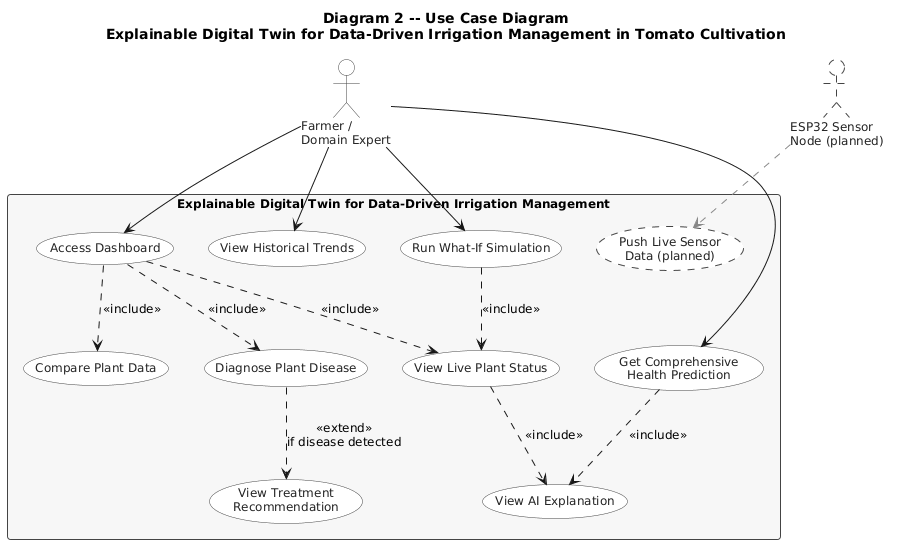
Above: docs/uml/02_use_case.png in karthikG0017/An-Explainable-Digital-Twin-for-Data-Driven-Irrigation-Management-in-Tomato-Plant-Cultivation (PlantUML), before the change.
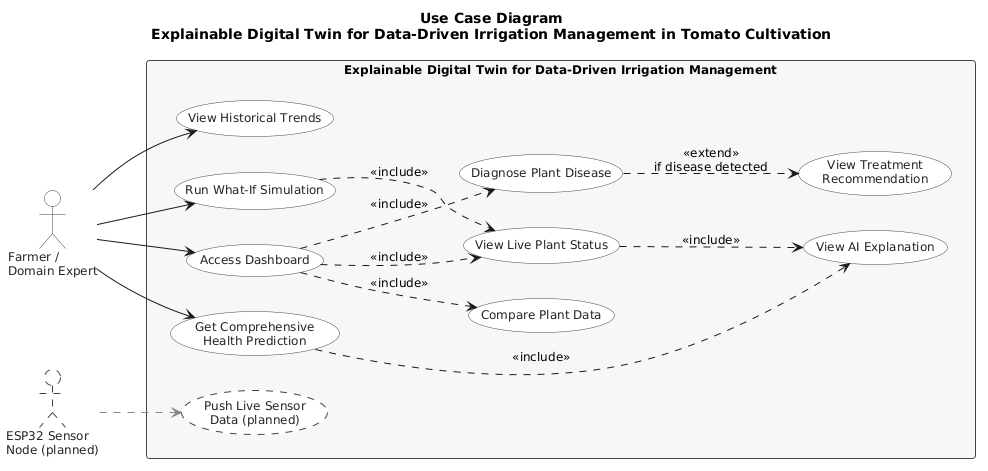
The same file after the commit.

The edit, as a diff of the source:
```diff
@@ -23,51 +23,48 @@
   FontStyle bold
 }
 
-skinparam note {
-  BackgroundColor #FFFFEE
-  BorderColor #AAAAAA
-  FontSize 10
-}
+title <b>Use Case Diagram</b>\nExplainable Digital Twin for Data-Driven Irrigation Management in Tomato Cultivation
 
-title <b>Diagram 2 -- Use Case Diagram</b>\nExplainable Digital Twin for Data-Driven Irrigation Management in Tomato Cultivation
+left to right direction
 
 actor "Farmer /\nDomain Expert" as FARMER
 actor "ESP32 Sensor\nNode (planned)" as ESP32 #white;line.dashed
 
 rectangle "Explainable Digital Twin for Data-Driven Irrigation Management" as SYS {
 
-  usecase "Access Dashboard" as DASHBOARD
+  together {
+    usecase "Get Comprehensive\nHealth Prediction" as UC_FULL
+    usecase "Access Dashboard" as DASHBOARD
+    usecase "Run What-If Simulation" as UC_WHATIF
+    usecase "View Historical Trends" as UC_HISTORY
+    usecase "Push Live Sensor\nData (planned)" as UC_PUSH #white;line.dashed
+  }
 
-  usecase "View Live Plant Status" as UC_VIEW
-  usecase "Compare Plant Data" as UC_COMPARE
-  usecase "Diagnose Plant Disease" as UC_DIAGNOSE
+  together {
+    usecase "View Live Plant Status" as UC_VIEW
+    usecase "Compare Plant Data" as UC_COMPARE
+    usecase "Diagnose Plant Disease" as UC_DIAGNOSE
+  }
 
-  usecase "View Historical Trends" as UC_HISTORY
-  usecase "Run What-If Simulation" as UC_WHATIF
-  usecase "Get Comprehensive\nHealth Prediction" as UC_FULL
+  together {
+    usecase "View AI Explanation" as UC_EXPLAIN
+    usecase "View Treatment\nRecommendation" as UC_TREAT
+  }
 
-  usecase "View AI Explanation" as UC_EXPLAIN
+  DASHBOARD ..> UC_VIEW : <<include>>
+  DASHBOARD ..> UC_COMPARE : <<include>>
+  DASHBOARD ..> UC_DIAGNOSE : <<include>>
 
-  usecase "View Treatment\nRecommendation" as UC_TREAT
-
-  usecase "Push Live Sensor\nData (planned)" as UC_PUSH #white;line.dashed
+  UC_FULL ..> UC_EXPLAIN : <<include>>
+  UC_VIEW ..> UC_EXPLAIN : <<include>>
+  UC_WHATIF ..> UC_VIEW : <<include>>
+  UC_DIAGNOSE ..> UC_TREAT : <<extend>>\nif disease detected
 }
 
+FARMER --> UC_FULL
 FARMER --> DASHBOARD
+FARMER --> UC_WHATIF
 FARMER --> UC_HISTORY
-FARMER --> UC_WHATIF
-FARMER --> UC_FULL
-
-DASHBOARD ..> UC_VIEW : <<include>>
-DASHBOARD ..> UC_COMPARE : <<include>>
-DASHBOARD ..> UC_DIAGNOSE : <<include>>
-
-UC_FULL ..> UC_EXPLAIN : <<include>>
-UC_VIEW ..> UC_EXPLAIN : <<include>>
-
-UC_WHATIF ..> UC_VIEW : <<include>>
-
-UC_DIAGNOSE ..> UC_TREAT : <<extend>>\nif disease detected
 
 ESP32 .[#888888,dashed].> UC_PUSH
 @enduml
```
